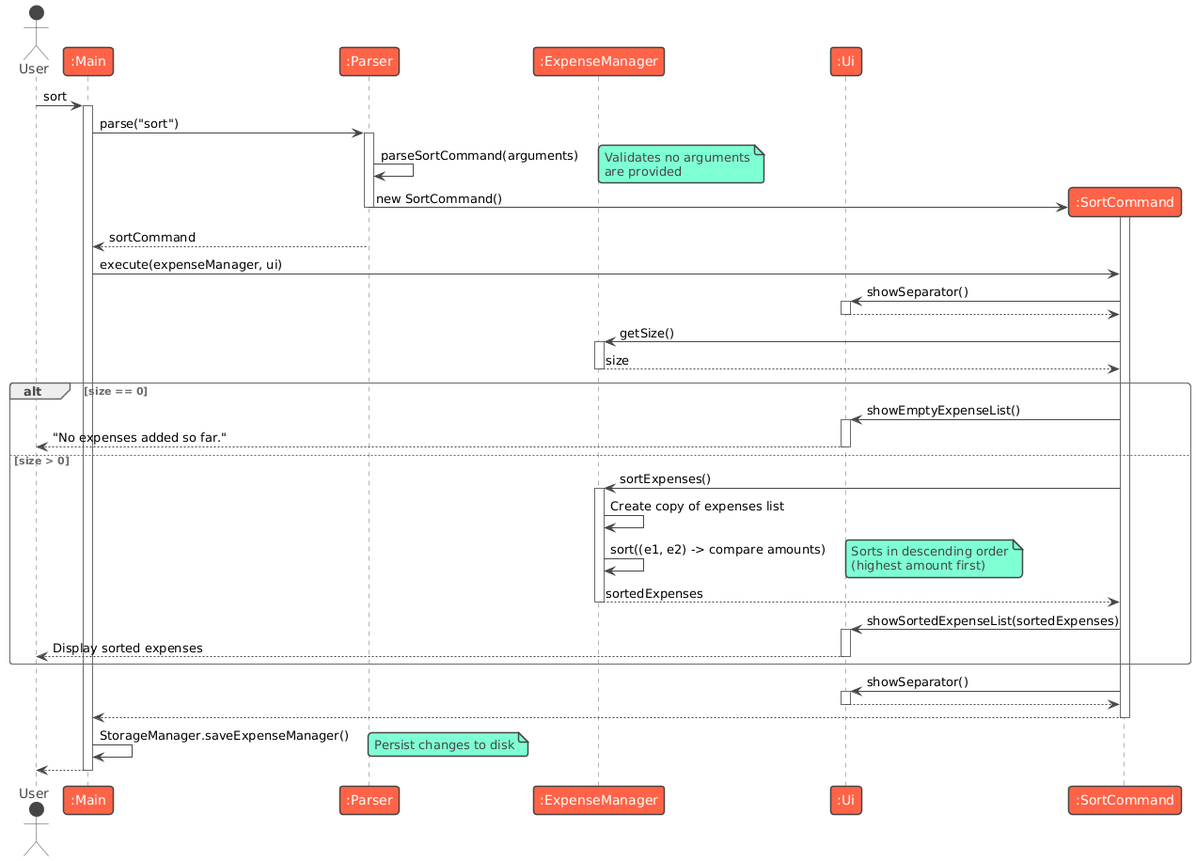
Earlier version of the PlantUML export docs/images/sort-feature.png (aydrienlaw/tp).
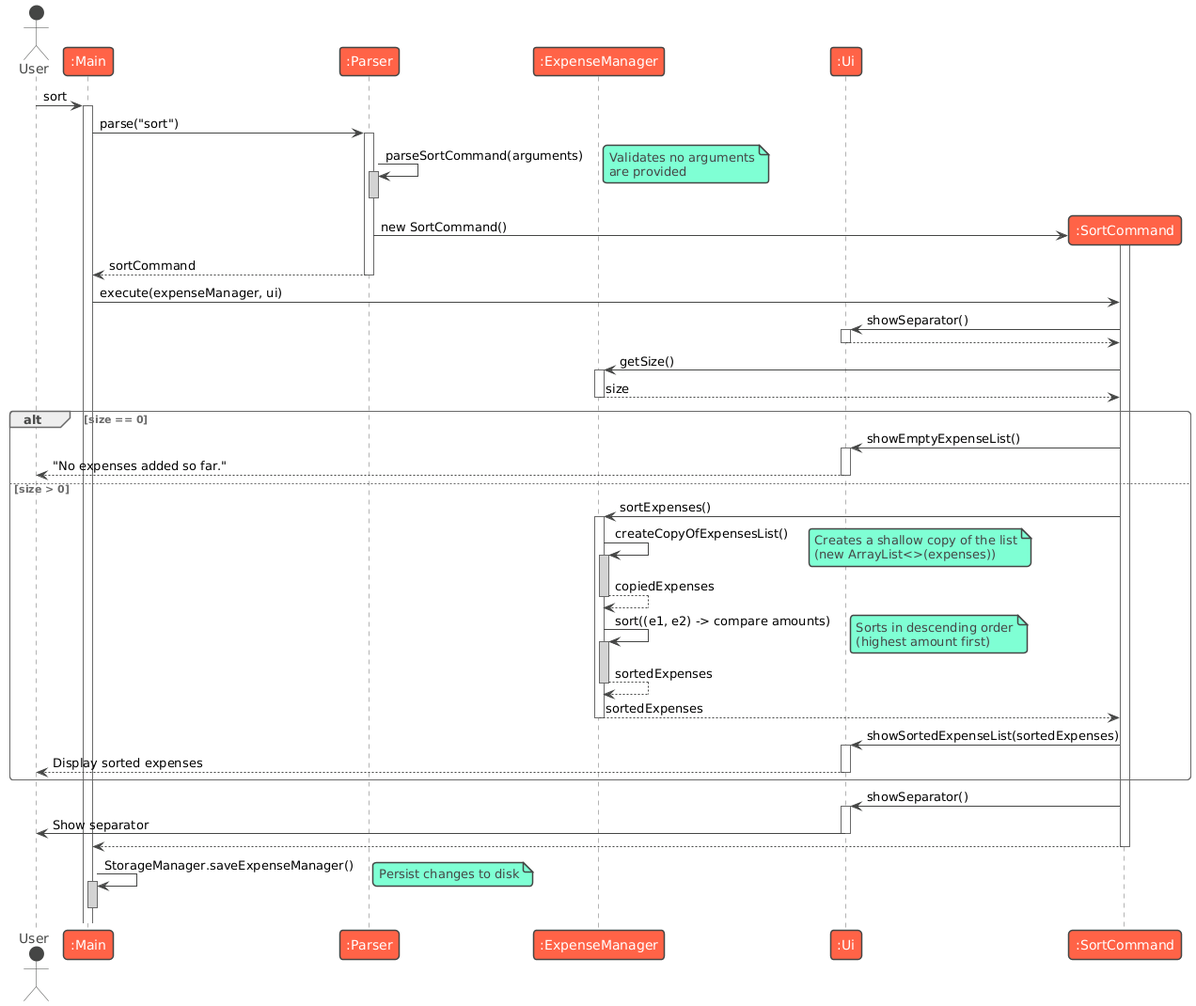
Later version of the same file.

Commit message:
docs: update sort sequence diagram with overlaps for function calls

Change to the diagram source:
```diff
@@ -13,12 +13,13 @@
 activate Parser
 
 Parser -> Parser: parseSortCommand(arguments)
+activate Parser #LightGray
+deactivate Parser
 note right: Validates no arguments\nare provided
 
 create participant ":SortCommand" as SortCommand
 Parser -> SortCommand: new SortCommand()
 activate SortCommand
-deactivate Parser
 
 Parser --> Main: sortCommand
 deactivate Parser
@@ -44,9 +45,17 @@
     SortCommand -> ExpenseManager: sortExpenses()
     activate ExpenseManager
 
-    ExpenseManager -> ExpenseManager: Create copy of expenses list
+    ExpenseManager -> ExpenseManager: createCopyOfExpensesList()
+    activate ExpenseManager #LightGray
+    note right: Creates a shallow copy of the list\n(new ArrayList<>(expenses))
+    ExpenseManager --> ExpenseManager: copiedExpenses
+    deactivate ExpenseManager #LightGray
+
     ExpenseManager -> ExpenseManager: sort((e1, e2) -> compare amounts)
+    activate ExpenseManager #LightGray
     note right: Sorts in descending order\n(highest amount first)
+    ExpenseManager --> ExpenseManager: sortedExpenses
+    deactivate ExpenseManager #LightGray
 
     ExpenseManager --> SortCommand: sortedExpenses
     deactivate ExpenseManager
@@ -59,15 +68,14 @@
 
 SortCommand -> Ui: showSeparator()
 activate Ui
-Ui --> SortCommand
+Ui -> User : Show separator
 deactivate Ui
 
 SortCommand --> Main
 deactivate SortCommand
 
 Main -> Main: StorageManager.saveExpenseManager()
+activate Main #LightGray
 note right: Persist changes to disk
-
-Main --> User
 deactivate Main
 @enduml
```
